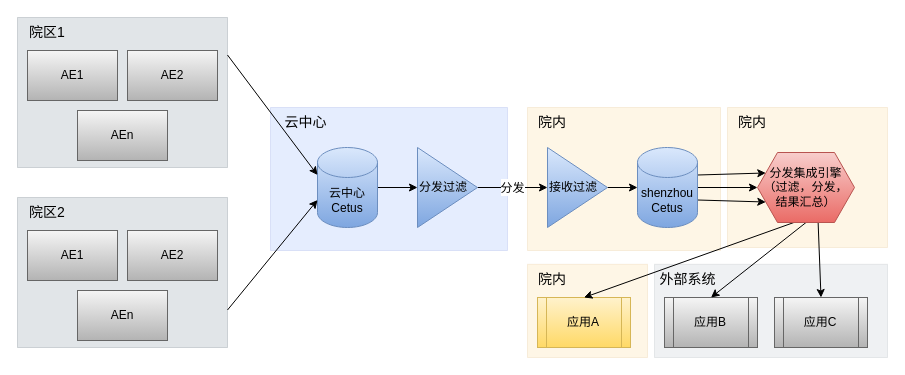
Earlier version of the draw.io diagram uih/MTI/MTI-Cetus多层过滤.drawio (xzs603/draw.io). Source tidied: cells renumbered, new cells numbered last; positions are measured from the earlier drawing's top-left corner, leaving out a move shared by most shapes. Both pictures are drawn from the tidied source at 100%, with x=0, y=0 at pixel (17, 17).
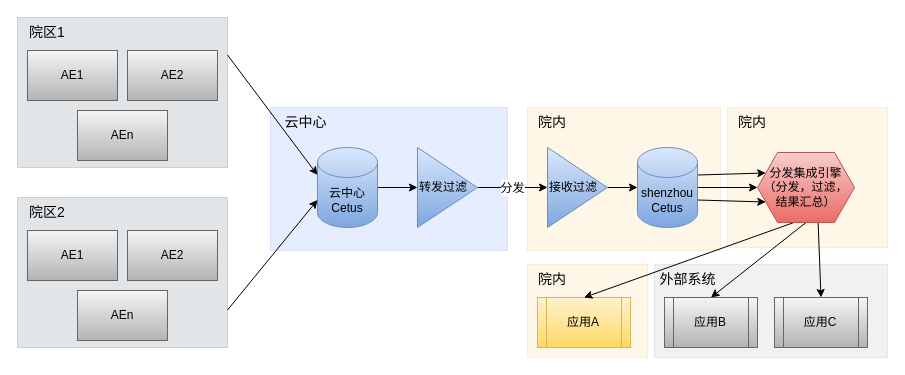
The same page after the edit.

Diff of the diagram source:
```diff
@@
-    <mxCell id="35" value="分发集成引擎&lt;br&gt;（过滤，分发，结果汇总）" style="shape=hexagon;perimeter=hexagonPerimeter2;whiteSpace=wrap;html=1;fixedSize=1;fillColor=#f8cecc;gradientColor=#ea6b66;strokeColor=#b85450;" parent="1" vertex="1">
+    <mxCell id="35" value="分发集成引擎&lt;br&gt;（分发，过滤，结果汇总）" style="shape=hexagon;perimeter=hexagonPerimeter2;whiteSpace=wrap;html=1;fixedSize=1;fillColor=#f8cecc;gradientColor=#ea6b66;strokeColor=#b85450;" parent="1" vertex="1">
       <mxGeometry x="740" y="135" width="97" height="70" as="geometry" />
     </mxCell>
@@
-    <mxCell id="41" value="分发过滤" style="triangle;whiteSpace=wrap;html=1;align=left;fillColor=#dae8fc;gradientColor=#7ea6e0;strokeColor=#6c8ebf;" parent="1" vertex="1">
+    <mxCell id="41" value="转发过滤" style="triangle;whiteSpace=wrap;html=1;align=left;fillColor=#dae8fc;gradientColor=#7ea6e0;strokeColor=#6c8ebf;" parent="1" vertex="1">
       <mxGeometry x="400" y="130" width="60" height="80" as="geometry" />
     </mxCell>
```
